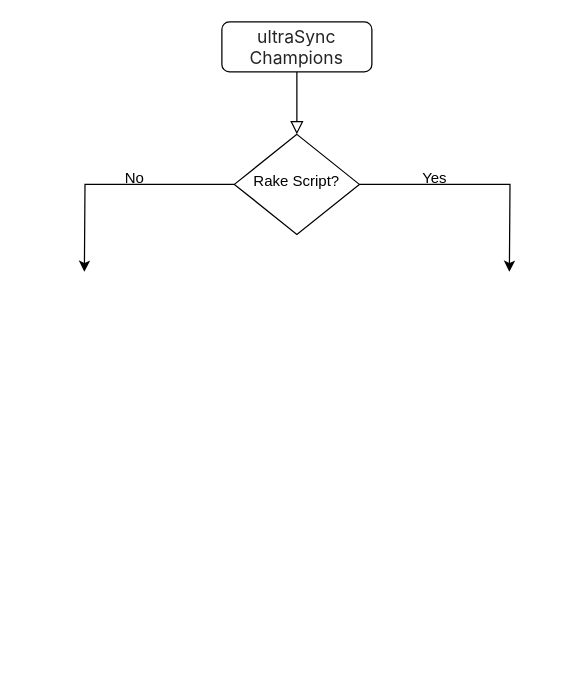
The draw.io diagram onboarding_champions.drawio in venkatnr/Account, before the edit. Source tidied: cells renumbered, new cells numbered last; positions are measured from the earlier drawing's top-left corner, leaving out a move shared by most shapes. Both pictures are drawn from the tidied source at 125%, with x=0, y=0 at pixel (84, 21).
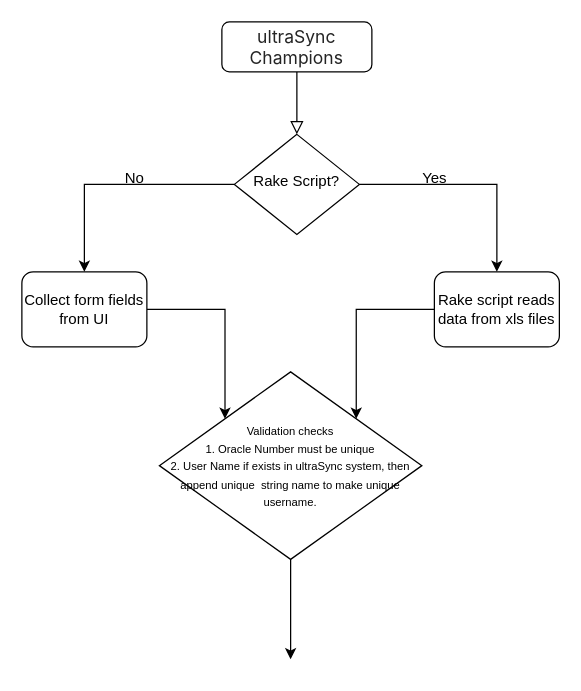
Above is the later version.

Change to the diagram source:
```diff
@@
 <mxGraphModel>
   <root>
     <mxCell id="0" />
     <mxCell id="1" parent="0" />
     <mxCell id="2" style="rounded=0;html=1;jettySize=auto;fontSize=11;endArrow=block;endFill=0;endSize=8;strokeWidth=1;shadow=0;labelBackgroundColor=none;edgeStyle=orthogonalEdgeStyle;" parent="1" edge="1" source="3" target="6">
       <mxGeometry relative="1" as="geometry" />
     </mxCell>
     <mxCell id="3" value="&lt;span style=&quot;color: rgb(36, 36, 36); font-family: -apple-system, BlinkMacSystemFont, &amp;quot;Segoe UI&amp;quot;, system-ui, &amp;quot;Apple Color Emoji&amp;quot;, &amp;quot;Segoe UI Emoji&amp;quot;, &amp;quot;Segoe UI Web&amp;quot;, sans-serif; font-size: 14px; text-align: start; background-color: rgb(255, 255, 255);&quot;&gt;ultraSync Champions&lt;/span&gt;" style="rounded=1;whiteSpace=wrap;html=1;fontSize=12;glass=0;strokeWidth=1;shadow=0;" parent="1" vertex="1">
       <mxGeometry x="110" width="120" height="40" as="geometry" />
     </mxCell>
-    <mxCell id="4" style="edgeStyle=orthogonalEdgeStyle;rounded=0;jettySize=auto;html=1;" parent="1" edge="1" source="6">
-      <mxGeometry relative="1" as="geometry">
-        <mxPoint y="200" as="targetPoint" />
-      </mxGeometry>
+    <mxCell id="4" style="edgeStyle=orthogonalEdgeStyle;rounded=0;jettySize=auto;html=1;entryX=0.5;entryY=0;entryDx=0;entryDy=0;" parent="1" edge="1" source="6" target="12">
+      <mxGeometry relative="1" as="geometry" />
     </mxCell>
-    <mxCell id="5" style="edgeStyle=orthogonalEdgeStyle;rounded=0;jettySize=auto;html=1;exitX=1;exitY=0.5;exitDx=0;exitDy=0;" parent="1" edge="1" source="6">
-      <mxGeometry relative="1" as="geometry">
-        <mxPoint x="340" y="200" as="targetPoint" />
-      </mxGeometry>
+    <mxCell id="5" style="edgeStyle=orthogonalEdgeStyle;rounded=0;jettySize=auto;html=1;exitX=1;exitY=0.5;exitDx=0;exitDy=0;entryX=0.5;entryY=0;entryDx=0;entryDy=0;" parent="1" edge="1" source="6" target="14">
+      <mxGeometry relative="1" as="geometry" />
     </mxCell>
     <mxCell id="6" value="Rake Script?" style="rhombus;whiteSpace=wrap;html=1;shadow=0;fontFamily=Helvetica;fontSize=12;align=center;strokeWidth=1;spacing=6;spacingTop=-4;" parent="1" vertex="1">
       <mxGeometry x="120" y="90" width="100" height="80" as="geometry" />
     </mxCell>
     <mxCell id="7" value="No" style="rounded=0;html=1;jettySize=auto;orthogonalLoop=1;fontSize=11;endArrow=block;endFill=0;endSize=8;strokeWidth=1;shadow=0;labelBackgroundColor=none;edgeStyle=orthogonalEdgeStyle;" parent="1" edge="1">
       <mxGeometry x="0.33" y="20" relative="1" as="geometry">
         <mxPoint x="170" y="290" as="sourcePoint" />
       </mxGeometry>
     </mxCell>
     <mxCell id="8" value="Yes" style="edgeStyle=orthogonalEdgeStyle;rounded=0;html=1;jettySize=auto;orthogonalLoop=1;fontSize=11;endArrow=block;endFill=0;endSize=8;strokeWidth=1;shadow=0;labelBackgroundColor=none;" parent="1" edge="1">
       <mxGeometry y="10" relative="1" as="geometry">
         <mxPoint x="220" y="250" as="sourcePoint" />
       </mxGeometry>
     </mxCell>
     <mxCell id="9" value="Yes" style="text;html=1;align=center;verticalAlign=middle;strokeColor=none;fillColor=none;" parent="1" vertex="1">
       <mxGeometry x="260" y="110" width="40" height="30" as="geometry" />
     </mxCell>
     <mxCell id="10" value="No" style="text;html=1;align=center;verticalAlign=middle;strokeColor=none;fillColor=none;" parent="1" vertex="1">
       <mxGeometry x="20" y="110" width="40" height="30" as="geometry" />
     </mxCell>
+    <mxCell id="11" style="edgeStyle=orthogonalEdgeStyle;rounded=0;jettySize=auto;html=1;entryX=0;entryY=0;entryDx=0;entryDy=0;" parent="1" edge="1" source="12" target="16">
+      <mxGeometry relative="1" as="geometry" />
+    </mxCell>
+    <mxCell id="12" value="Collect form fields from UI" style="rounded=1;whiteSpace=wrap;html=1;" parent="1" vertex="1">
+      <mxGeometry x="-50" y="200" width="100" height="60" as="geometry" />
+    </mxCell>
+    <mxCell id="13" style="edgeStyle=orthogonalEdgeStyle;rounded=0;jettySize=auto;html=1;entryX=1;entryY=0;entryDx=0;entryDy=0;" parent="1" edge="1" source="14" target="16">
+      <mxGeometry relative="1" as="geometry" />
+    </mxCell>
+    <mxCell id="14" value="Rake script reads data from xls files" style="rounded=1;whiteSpace=wrap;html=1;" parent="1" vertex="1">
+      <mxGeometry x="280" y="200" width="100" height="60" as="geometry" />
+    </mxCell>
+    <mxCell id="15" style="edgeStyle=orthogonalEdgeStyle;rounded=0;jettySize=auto;html=1;fontSize=9;" parent="1" edge="1" source="16">
+      <mxGeometry relative="1" as="geometry">
+        <mxPoint x="165" y="510" as="targetPoint" />
+      </mxGeometry>
+    </mxCell>
+    <mxCell id="16" value="&lt;font style=&quot;font-size: 9px;&quot;&gt;Validation checks&lt;br&gt;1. Oracle Number must be unique&lt;br&gt;2. User Name if exists in ultraSync system, then append unique&amp;nbsp; string name to make unique username.&lt;br&gt;&lt;/font&gt;" style="rhombus;whiteSpace=wrap;html=1;" parent="1" vertex="1">
+      <mxGeometry x="60" y="280" width="210" height="150" as="geometry" />
+    </mxCell>
   </root>
 </mxGraphModel>
```
